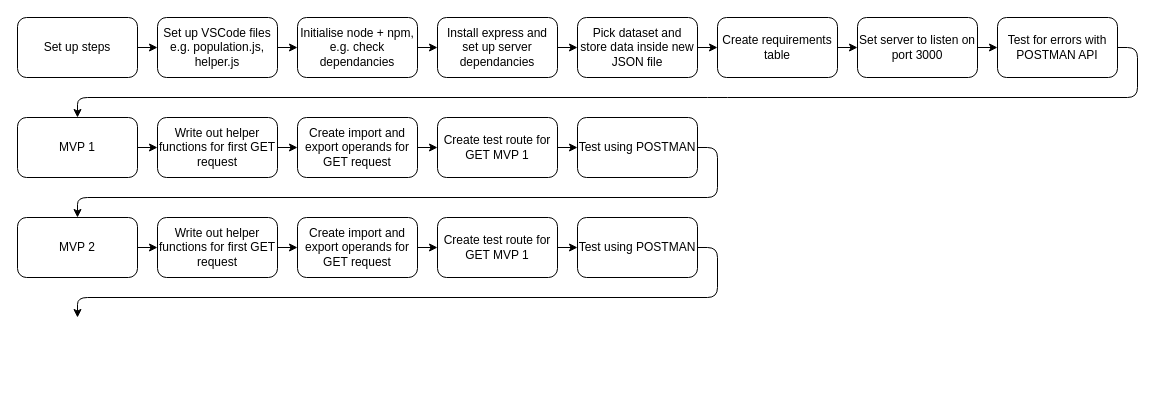
Before: flowchart.drawio in SchoolOfCode/week-4-rest-api-hackathon-two-eggs, a draw.io diagram. Source tidied: cells renumbered, new cells numbered last; positions are measured from the earlier drawing's top-left corner, leaving out a move shared by most shapes. Both pictures are drawn from the tidied source at 100%, with x=0, y=0 at pixel (17, 17).
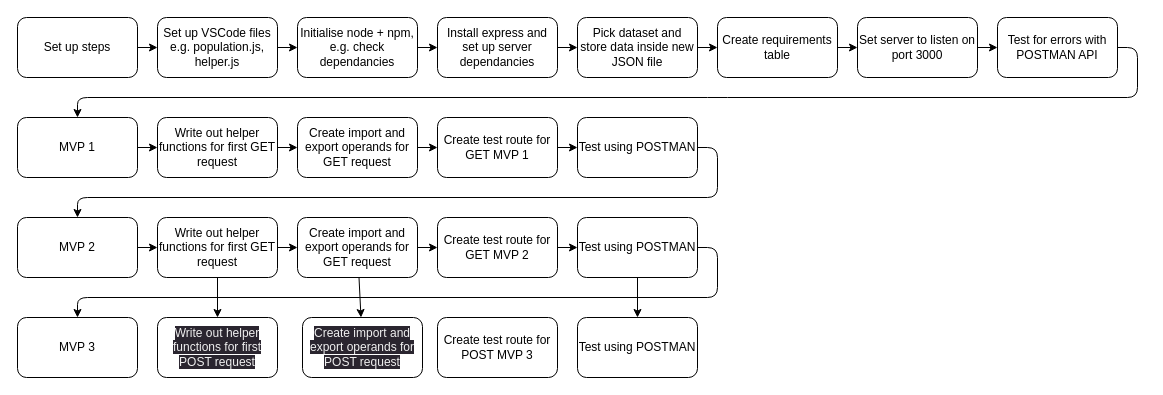
The same page after the edit.

Unchanged cells that the change refers to:
```xml
<mxCell id="28" value="Write out helper functions for first GET request" style="whiteSpace=wrap;html=1;rounded=1;" parent="1" vertex="1">
  <mxGeometry x="140" y="200" width="120" height="60" as="geometry" />
</mxCell>
<mxCell id="30" value="Create import and export operands for GET request" style="whiteSpace=wrap;html=1;rounded=1;" parent="1" vertex="1">
  <mxGeometry x="280" y="200" width="120" height="60" as="geometry" />
</mxCell>
<mxCell id="33" value="Test using POSTMAN" style="whiteSpace=wrap;html=1;rounded=1;" parent="1" vertex="1">
  <mxGeometry x="560" y="200" width="120" height="60" as="geometry" />
</mxCell>
```

What changed in the source:
```diff
@@
+    <mxCell id="38" style="edgeStyle=none;html=1;" parent="1" edge="1" source="28" target="42">
+      <mxGeometry relative="1" as="geometry" />
+    </mxCell>
@@
+    <mxCell id="39" style="edgeStyle=none;html=1;" parent="1" edge="1" source="30" target="43">
+      <mxGeometry relative="1" as="geometry" />
+    </mxCell>
@@
-    <mxCell id="32" value="Create test route for GET MVP 1" style="whiteSpace=wrap;html=1;rounded=1;" parent="1" vertex="1">
+    <mxCell id="32" value="Create test route for GET MVP 2" style="whiteSpace=wrap;html=1;rounded=1;" parent="1" vertex="1">
       <mxGeometry x="420" y="200" width="120" height="60" as="geometry" />
     </mxCell>
+    <mxCell id="40" style="edgeStyle=none;html=1;" parent="1" edge="1" source="33" target="45">
+      <mxGeometry relative="1" as="geometry" />
+    </mxCell>
@@
+    <mxCell id="41" value="MVP 3" style="whiteSpace=wrap;html=1;rounded=1;" parent="1" vertex="1">
+      <mxGeometry y="300" width="120" height="60" as="geometry" />
+    </mxCell>
+    <mxCell id="42" value="&lt;span style=&quot;color: rgb(240, 240, 240); font-family: Helvetica; font-size: 12px; font-style: normal; font-variant-ligatures: normal; font-variant-caps: normal; font-weight: 400; letter-spacing: normal; orphans: 2; text-align: center; text-indent: 0px; text-transform: none; widows: 2; word-spacing: 0px; -webkit-text-stroke-width: 0px; background-color: rgb(42, 37, 47); text-decoration-thickness: initial; text-decoration-style: initial; text-decoration-color: initial; float: none; display: inline !important;&quot;&gt;Write out helper functions for first POST request&lt;/span&gt;" style="whiteSpace=wrap;html=1;rounded=1;" parent="1" vertex="1">
+      <mxGeometry x="140" y="300" width="120" height="60" as="geometry" />
+    </mxCell>
+    <mxCell id="43" value="&lt;span style=&quot;color: rgb(240, 240, 240); font-family: Helvetica; font-size: 12px; font-style: normal; font-variant-ligatures: normal; font-variant-caps: normal; font-weight: 400; letter-spacing: normal; orphans: 2; text-align: center; text-indent: 0px; text-transform: none; widows: 2; word-spacing: 0px; -webkit-text-stroke-width: 0px; background-color: rgb(42, 37, 47); text-decoration-thickness: initial; text-decoration-style: initial; text-decoration-color: initial; float: none; display: inline !important;&quot;&gt;Create import and export operands for POST request&lt;/span&gt;" style="whiteSpace=wrap;html=1;rounded=1;" parent="1" vertex="1">
+      <mxGeometry x="285" y="300" width="120" height="60" as="geometry" />
+    </mxCell>
+    <mxCell id="44" value="Create test route for POST MVP 3" style="whiteSpace=wrap;html=1;rounded=1;" parent="1" vertex="1">
+      <mxGeometry x="420" y="300" width="120" height="60" as="geometry" />
+    </mxCell>
+    <mxCell id="45" value="Test using POSTMAN" style="whiteSpace=wrap;html=1;rounded=1;" parent="1" vertex="1">
+      <mxGeometry x="560" y="300" width="120" height="60" as="geometry" />
+    </mxCell>
```
